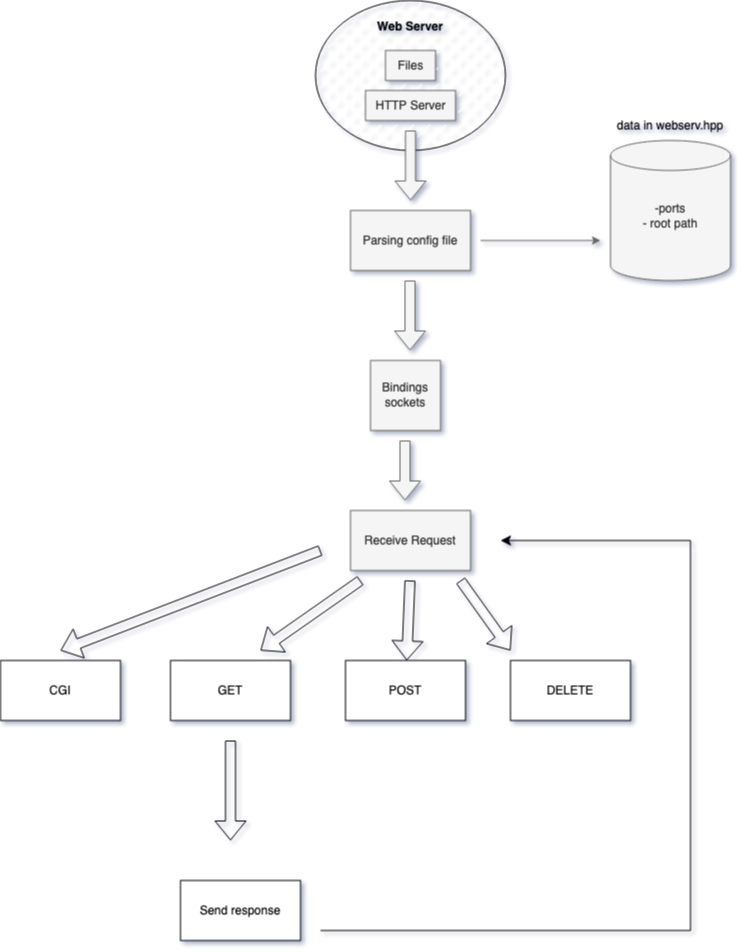
The draw.io diagram Diagram Webserv.drawio.png in es4nchez/webserv, before a commit. Source tidied: cells renumbered, new cells last; positions are measured from the earlier drawing's top-left corner, leaving out a move shared by most shapes.
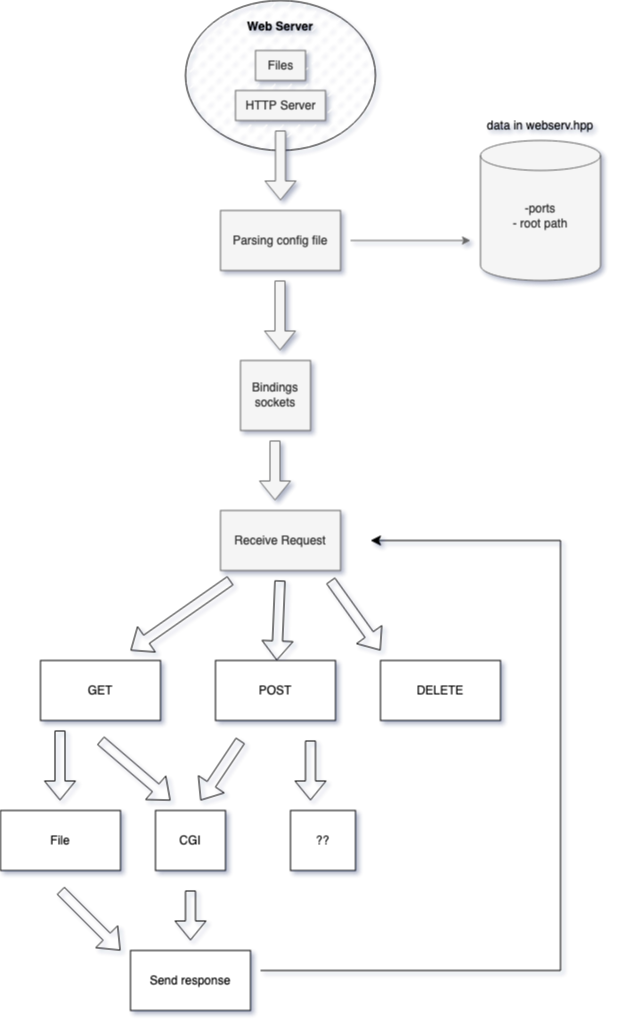
After the commit.

Commit message:
Mettre à jour Diagram Webserv.drawio.png

What changed in the source:
```diff
@@ -73,35 +73,67 @@
     <mxCell id="18" value="DELETE" style="rounded=0;whiteSpace=wrap;html=1;" parent="1" vertex="1">
       <mxGeometry x="510" y="660" width="120" height="60" as="geometry" />
     </mxCell>
-    <mxCell id="19" style="shape=flexArrow;endArrow=classic;html=1;rounded=0;" parent="1" edge="1">
-      <mxGeometry relative="1" as="geometry">
-        <mxPoint x="320" y="550" as="sourcePoint" />
-        <mxPoint x="60" y="650" as="targetPoint" />
-      </mxGeometry>
-    </mxCell>
-    <mxCell id="20" value="CGI" style="rounded=0;whiteSpace=wrap;html=1;" parent="1" vertex="1">
-      <mxGeometry y="660" width="120" height="60" as="geometry" />
-    </mxCell>
     <mxCell id="21" style="shape=flexArrow;endArrow=classic;html=1;rounded=0;" parent="1" edge="1">
       <mxGeometry relative="1" as="geometry">
         <mxPoint x="230" y="740" as="sourcePoint" />
-        <mxPoint x="230" y="840" as="targetPoint" />
+        <mxPoint x="300" y="800" as="targetPoint" />
       </mxGeometry>
     </mxCell>
     <mxCell id="22" style="edgeStyle=segmentEdgeStyle;endArrow=classic;html=1;curved=0;rounded=0;endSize=8;startSize=8;" parent="1" edge="1">
       <mxGeometry relative="1" as="geometry">
-        <mxPoint x="320" y="930" as="sourcePoint" />
+        <mxPoint x="390" y="970" as="sourcePoint" />
         <mxPoint x="500" y="540" as="targetPoint" />
         <Array as="points">
-          <mxPoint x="690" y="930" />
+          <mxPoint x="430" y="970" />
+          <mxPoint x="690" y="970" />
+          <mxPoint x="690" y="540" />
         </Array>
       </mxGeometry>
     </mxCell>
     <mxCell id="23" value="&lt;div&gt;Send response&lt;/div&gt;" style="rounded=0;whiteSpace=wrap;html=1;" parent="1" vertex="1">
-      <mxGeometry x="180" y="880" width="120" height="60" as="geometry" />
+      <mxGeometry x="260" y="950" width="120" height="60" as="geometry" />
     </mxCell>
     <mxCell id="24" value="HTTP Server" style="text;html=1;align=center;verticalAlign=middle;strokeColor=#666666;fillColor=#f5f5f5;fontColor=#333333;" parent="1" vertex="1">
       <mxGeometry x="365" y="90" width="90" height="30" as="geometry" />
     </mxCell>
+    <mxCell id="25" style="shape=flexArrow;endArrow=classic;html=1;rounded=0;" parent="1" edge="1">
+      <mxGeometry relative="1" as="geometry">
+        <mxPoint x="370" y="740" as="sourcePoint" />
+        <mxPoint x="330" y="800" as="targetPoint" />
+      </mxGeometry>
+    </mxCell>
+    <mxCell id="26" style="shape=flexArrow;endArrow=classic;html=1;rounded=0;" parent="1" edge="1">
+      <mxGeometry relative="1" as="geometry">
+        <mxPoint x="440" y="740" as="sourcePoint" />
+        <mxPoint x="440" y="800" as="targetPoint" />
+      </mxGeometry>
+    </mxCell>
+    <mxCell id="20" value="CGI" style="rounded=0;whiteSpace=wrap;html=1;" parent="1" vertex="1">
+      <mxGeometry x="285" y="810" width="70" height="60" as="geometry" />
+    </mxCell>
+    <mxCell id="27" style="shape=flexArrow;endArrow=classic;html=1;rounded=0;" parent="1" edge="1">
+      <mxGeometry relative="1" as="geometry">
+        <mxPoint x="189.5" y="730" as="sourcePoint" />
+        <mxPoint x="189.5" y="800" as="targetPoint" />
+      </mxGeometry>
+    </mxCell>
+    <mxCell id="28" value="File" style="rounded=0;whiteSpace=wrap;html=1;" parent="1" vertex="1">
+      <mxGeometry x="130" y="810" width="120" height="60" as="geometry" />
+    </mxCell>
+    <mxCell id="29" value="??" style="rounded=0;whiteSpace=wrap;html=1;" parent="1" vertex="1">
+      <mxGeometry x="420" y="810" width="65" height="60" as="geometry" />
+    </mxCell>
+    <mxCell id="30" style="shape=flexArrow;endArrow=classic;html=1;rounded=0;" parent="1" edge="1">
+      <mxGeometry relative="1" as="geometry">
+        <mxPoint x="190" y="890" as="sourcePoint" />
+        <mxPoint x="250" y="950" as="targetPoint" />
+      </mxGeometry>
+    </mxCell>
+    <mxCell id="31" style="shape=flexArrow;endArrow=classic;html=1;rounded=0;" parent="1" edge="1">
+      <mxGeometry relative="1" as="geometry">
+        <mxPoint x="320" y="890" as="sourcePoint" />
+        <mxPoint x="320" y="940" as="targetPoint" />
+      </mxGeometry>
+    </mxCell>
   </root>
 </mxGraphModel>
```
